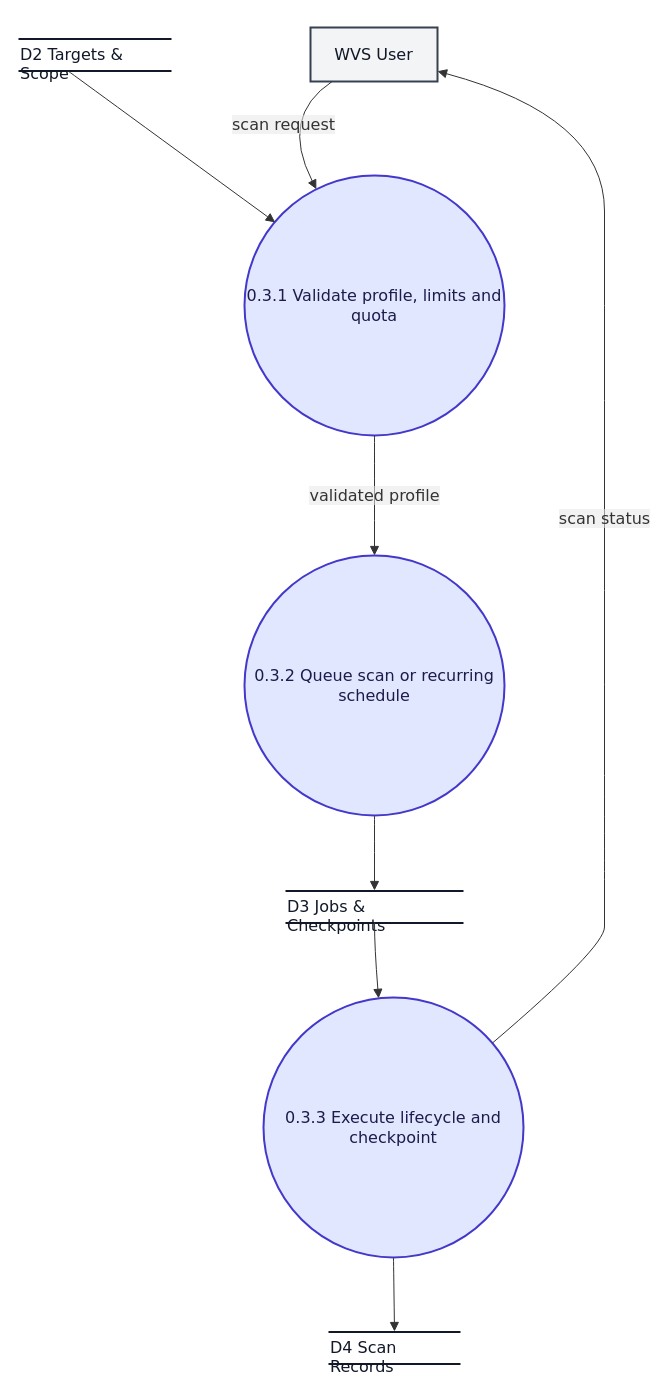
This is docs/dfd/mermaid/f.3.drawio from ksacheth/software-engineering, a draw.io file, before an edit. Source tidied: cells renumbered, new cells numbered last; positions are measured from the earlier drawing's top-left corner, leaving out a move shared by most shapes. Both pictures are drawn from the tidied source at 100%, with x=0, y=0 at pixel (18, 17).
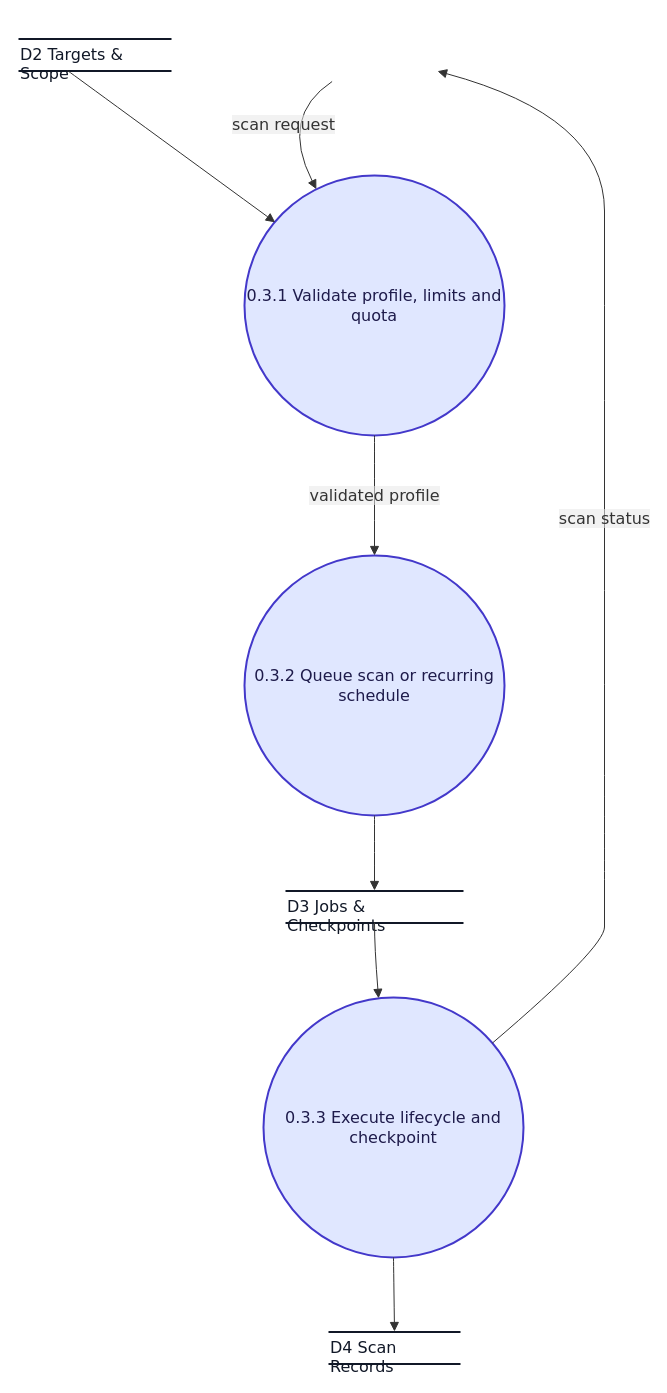
The same diagram, later.

The change refers to these unchanged cells:
```xml
<mxCell id="2" style="group;transparentBounds=1;editIcon=1;lockedGroup=0;groupPadding=10;" parent="1" vertex="1">
  <mxGeometry x="310" as="geometry" />
</mxCell>
<mxCell id="4" value="0.3.1 Validate profile, limits and quota" style="ellipse;html=1;strokeWidth=2;whiteSpace=wrap;fillColor=#e0e7ff;strokeColor=#4338ca;fontColor=#1e1b4b;fontFamily=Trebuchet MS,Verdana,Arial,sans-serif;fontSize=16;" parent="2" vertex="1">
  <mxGeometry x="-84" y="158" width="260" height="260" as="geometry" />
</mxCell>
<mxCell id="6" value="0.3.3 Execute lifecycle and checkpoint" style="ellipse;html=1;strokeWidth=2;whiteSpace=wrap;fillColor=#e0e7ff;strokeColor=#4338ca;fontColor=#1e1b4b;fontFamily=Trebuchet MS,Verdana,Arial,sans-serif;fontSize=16;" parent="2" vertex="1">
  <mxGeometry x="-65" y="980" width="260" height="260" as="geometry" />
</mxCell>
```

The edit, as a diff of the source:
```diff
@@
-    <mxCell id="3" value="WVS User" style="html=1;whiteSpace=wrap;strokeWidth=2;fillColor=#f3f4f6;strokeColor=#374151;fontColor=#111827;fontFamily=Trebuchet MS,Verdana,Arial,sans-serif;fontSize=16;" parent="2" vertex="1">
-      <mxGeometry x="-18" y="10" width="127" height="54" as="geometry" />
-    </mxCell>
@@
-    <mxCell id="16" value="scan request" style="curved=1;startArrow=none;endArrow=block;endSize=7;strokeColor=light-dark(#333333,#cccccc);html=1;fontSize=16;labelBackgroundColor=light-dark(#E8E8E88D,#2a2a2a8D);fontFamily=Trebuchet MS,Verdana,Arial,sans-serif;fontColor=light-dark(#333333,#cccccc);exitX=0.17;exitY=1;entryX=0.25;entryY=0;" parent="2" edge="1" source="3" target="4">
+    <mxCell id="16" value="scan request" style="curved=1;startArrow=none;endArrow=block;endSize=7;strokeColor=light-dark(#333333,#cccccc);html=1;fontSize=16;labelBackgroundColor=light-dark(#E8E8E88D,#2a2a2a8D);fontFamily=Trebuchet MS,Verdana,Arial,sans-serif;fontColor=light-dark(#333333,#cccccc);exitX=0.17;exitY=1;entryX=0.25;entryY=0;" parent="2" edge="1" target="4">
       <mxGeometry relative="1" as="geometry">
+        <mxPoint x="3.6" y="64" as="sourcePoint" />
         <Array as="points">
           <mxPoint x="-49" y="99" />
         </Array>
       </mxGeometry>
     </mxCell>
-    <mxCell id="17" value="scan status" style="curved=1;startArrow=none;endArrow=block;endSize=7;strokeColor=light-dark(#333333,#cccccc);html=1;fontSize=16;labelBackgroundColor=light-dark(#E8E8E88D,#2a2a2a8D);fontFamily=Trebuchet MS,Verdana,Arial,sans-serif;fontColor=light-dark(#333333,#cccccc);exitX=1;exitY=0.07;entryX=1;entryY=0.81;" parent="2" edge="1" source="6" target="3">
+    <mxCell id="17" value="scan status" style="curved=1;startArrow=none;endArrow=block;endSize=7;strokeColor=light-dark(#333333,#cccccc);html=1;fontSize=16;labelBackgroundColor=light-dark(#E8E8E88D,#2a2a2a8D);fontFamily=Trebuchet MS,Verdana,Arial,sans-serif;fontColor=light-dark(#333333,#cccccc);exitX=1;exitY=0.07;entryX=1;entryY=0.81;" parent="2" edge="1" source="6">
       <mxGeometry relative="1" as="geometry">
+        <mxPoint x="109" y="53.7" as="targetPoint" />
         <Array as="points">
           <mxPoint x="276" y="930" />
           <mxPoint x="276" y="889" />
           <mxPoint x="276" y="848" />
           <mxPoint x="276" y="668" />
           <mxPoint x="276" y="478" />
           <mxPoint x="276" y="288" />
           <mxPoint x="276" y="99" />
         </Array>
       </mxGeometry>
     </mxCell>
```
